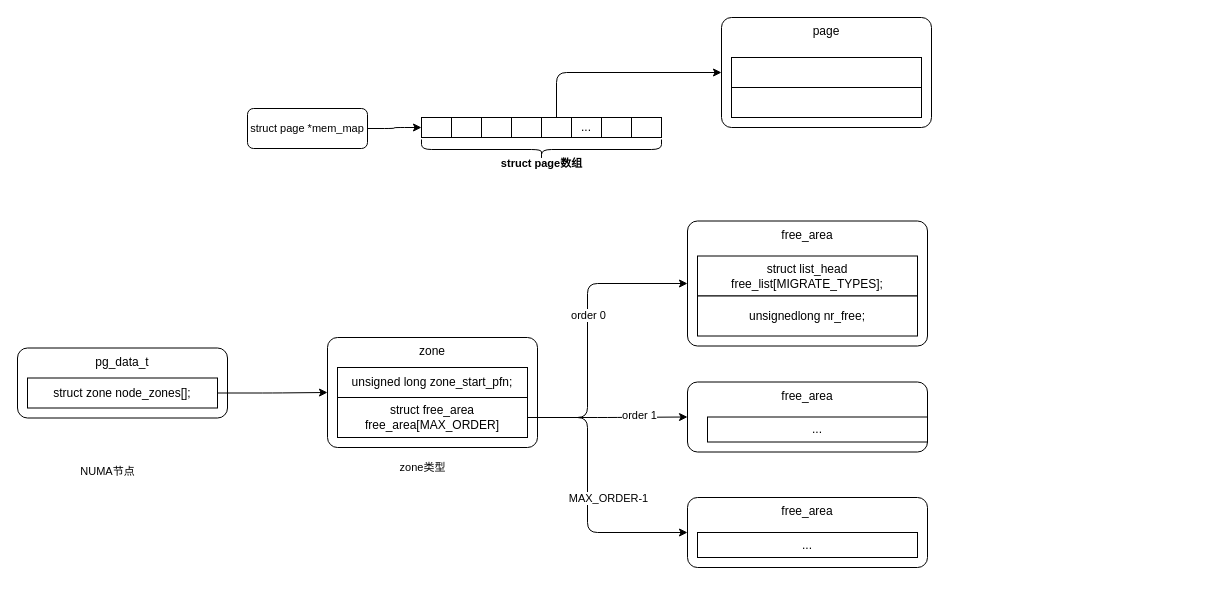
Before: page "物理内存管理" (1 of 3) of linux-memory-manage.drawio in Aspiresky/draw.io, a draw.io diagram. Source tidied: cells renumbered, new cells numbered last; positions are measured from the earlier drawing's top-left corner, leaving out a move shared by most shapes. Both pictures are drawn from the tidied source at 100%, with x=0, y=0 at pixel (17, 17).
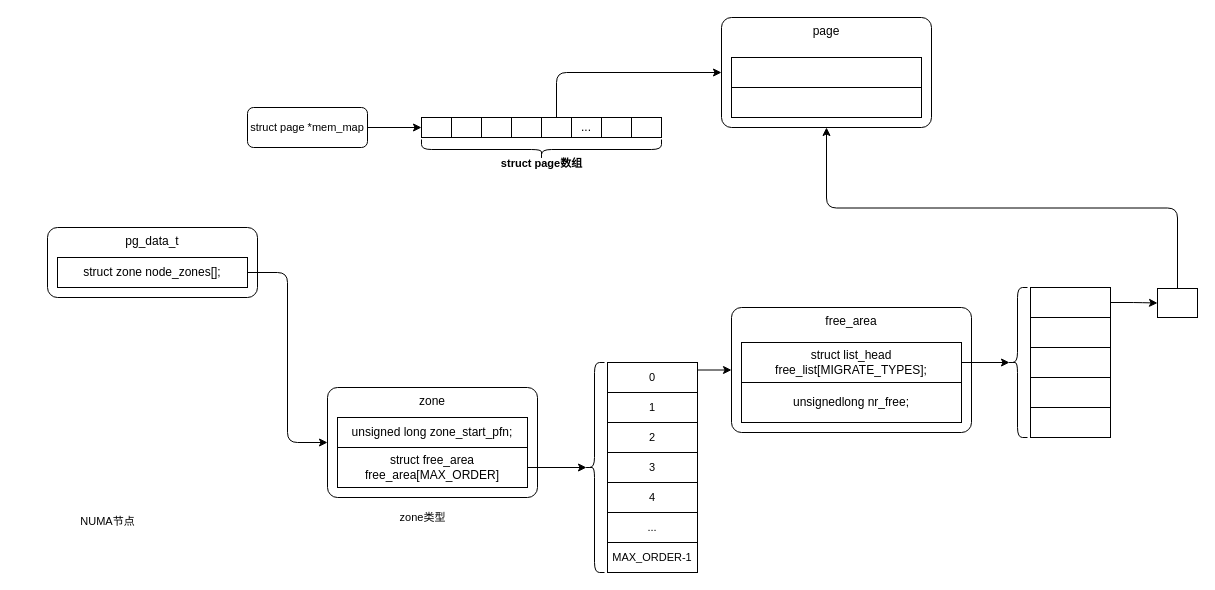
After the change.

The change refers to these unchanged cells:
```xml
<mxCell id="14" value="page" style="rounded=1;whiteSpace=wrap;html=1;verticalAlign=top;absoluteArcSize=1;" parent="1" vertex="1">
  <mxGeometry x="704" width="210" height="110" as="geometry" />
</mxCell>
```

Diff of the diagram source:
```diff
@@
     <mxCell id="2" value="pg_data_t" style="rounded=1;whiteSpace=wrap;html=1;verticalAlign=top;absoluteArcSize=1;" parent="1" vertex="1">
-      <mxGeometry y="330.5" width="210" height="70" as="geometry" />
+      <mxGeometry x="30" y="210" width="210" height="70" as="geometry" />
     </mxCell>
@@
     <mxCell id="4" value="struct zone node_zones[];" style="rounded=0;whiteSpace=wrap;html=1;" parent="1" vertex="1">
-      <mxGeometry x="10" y="360.5" width="190" height="30" as="geometry" />
+      <mxGeometry x="40" y="240" width="190" height="30" as="geometry" />
     </mxCell>
     <mxCell id="5" value="zone" style="rounded=1;whiteSpace=wrap;html=1;verticalAlign=top;absoluteArcSize=1;" parent="1" vertex="1">
-      <mxGeometry x="310" y="320" width="210" height="110" as="geometry" />
+      <mxGeometry x="310" y="370" width="210" height="110" as="geometry" />
     </mxCell>
     <mxCell id="6" value="unsigned long zone_start_pfn;" style="rounded=0;whiteSpace=wrap;html=1;" parent="1" vertex="1">
-      <mxGeometry x="320" y="350" width="190" height="30" as="geometry" />
+      <mxGeometry x="320" y="400" width="190" height="30" as="geometry" />
     </mxCell>
-    <mxCell id="7" style="edgeStyle=orthogonalEdgeStyle;rounded=1;jettySize=auto;html=1;exitX=1;exitY=0.5;exitDx=0;exitDy=0;entryX=0;entryY=0.5;entryDx=0;entryDy=0;curved=0;" parent="1" edge="1" source="13" target="17">
-      <mxGeometry relative="1" as="geometry">
-        <Array as="points">
-          <mxPoint x="570" y="400" />
-          <mxPoint x="570" y="266" />
-        </Array>
-      </mxGeometry>
-    </mxCell>
-    <mxCell id="8" value="order 0" style="edgeLabel;html=1;align=center;verticalAlign=middle;fontSize=11;fontFamily=Helvetica;fontColor=default;" parent="7" vertex="1">
-      <mxGeometry x="-0.2" y="1" relative="1" as="geometry">
-        <mxPoint x="1" y="-45" as="offset" />
-      </mxGeometry>
-    </mxCell>
-    <mxCell id="9" style="edgeStyle=orthogonalEdgeStyle;shape=connector;curved=0;rounded=1;jettySize=auto;html=1;exitX=1;exitY=0.5;exitDx=0;exitDy=0;entryX=0;entryY=0.5;entryDx=0;entryDy=0;labelBackgroundColor=default;strokeColor=default;align=center;verticalAlign=middle;fontFamily=Helvetica;fontSize=11;fontColor=default;endArrow=classic;" parent="1" edge="1" source="13" target="31">
-      <mxGeometry relative="1" as="geometry" />
-    </mxCell>
-    <mxCell id="10" value="order 1" style="edgeLabel;html=1;align=center;verticalAlign=middle;fontSize=11;fontFamily=Helvetica;fontColor=default;" parent="9" vertex="1">
-      <mxGeometry x="0.4" y="3" relative="1" as="geometry">
-        <mxPoint y="1" as="offset" />
-      </mxGeometry>
-    </mxCell>
-    <mxCell id="11" style="edgeStyle=orthogonalEdgeStyle;shape=connector;curved=0;rounded=1;jettySize=auto;html=1;exitX=1;exitY=0.5;exitDx=0;exitDy=0;entryX=0;entryY=0.5;entryDx=0;entryDy=0;labelBackgroundColor=default;strokeColor=default;align=center;verticalAlign=middle;fontFamily=Helvetica;fontSize=11;fontColor=default;endArrow=classic;" parent="1" edge="1" source="13" target="33">
-      <mxGeometry relative="1" as="geometry">
-        <Array as="points">
-          <mxPoint x="570" y="400" />
-          <mxPoint x="570" y="515" />
-        </Array>
-      </mxGeometry>
-    </mxCell>
-    <mxCell id="12" value="MAX_ORDER-1" style="edgeLabel;html=1;align=center;verticalAlign=middle;fontSize=11;fontFamily=Helvetica;fontColor=default;" parent="11" vertex="1">
-      <mxGeometry x="0.6" y="3" relative="1" as="geometry">
-        <mxPoint x="-25" y="-32" as="offset" />
-      </mxGeometry>
-    </mxCell>
     <mxCell id="13" value="struct free_area free_area[MAX_ORDER]" style="rounded=0;whiteSpace=wrap;html=1;" parent="1" vertex="1">
-      <mxGeometry x="320" y="380" width="190" height="40" as="geometry" />
+      <mxGeometry x="320" y="430" width="190" height="40" as="geometry" />
     </mxCell>
@@
     <mxCell id="17" value="free_area" style="rounded=1;whiteSpace=wrap;html=1;verticalAlign=top;absoluteArcSize=1;" parent="1" vertex="1">
-      <mxGeometry x="670" y="203.5" width="240" height="125" as="geometry" />
+      <mxGeometry x="714" y="290" width="240" height="125" as="geometry" />
     </mxCell>
     <mxCell id="18" value="struct list_head free_list[MIGRATE_TYPES];" style="rounded=0;whiteSpace=wrap;html=1;" parent="1" vertex="1">
-      <mxGeometry x="680" y="238.5" width="220" height="40" as="geometry" />
+      <mxGeometry x="724" y="325" width="220" height="40" as="geometry" />
     </mxCell>
     <mxCell id="19" value="unsignedlong nr_free;" style="rounded=0;whiteSpace=wrap;html=1;" parent="1" vertex="1">
-      <mxGeometry x="680" y="278.5" width="220" height="40" as="geometry" />
+      <mxGeometry x="724" y="365" width="220" height="40" as="geometry" />
     </mxCell>
@@
-    <mxCell id="31" value="free_area" style="rounded=1;whiteSpace=wrap;html=1;verticalAlign=top;absoluteArcSize=1;" parent="1" vertex="1">
-      <mxGeometry x="670" y="364.5" width="240" height="70" as="geometry" />
-    </mxCell>
-    <mxCell id="32" value="..." style="rounded=0;whiteSpace=wrap;html=1;" parent="1" vertex="1">
-      <mxGeometry x="690" y="399.5" width="220" height="25" as="geometry" />
-    </mxCell>
-    <mxCell id="33" value="free_area" style="rounded=1;whiteSpace=wrap;html=1;verticalAlign=top;absoluteArcSize=1;" parent="1" vertex="1">
-      <mxGeometry x="670" y="480" width="240" height="70" as="geometry" />
-    </mxCell>
-    <mxCell id="34" value="..." style="rounded=0;whiteSpace=wrap;html=1;" parent="1" vertex="1">
-      <mxGeometry x="680" y="515" width="220" height="25" as="geometry" />
-    </mxCell>
     <mxCell id="35" value="zone类型" style="text;html=1;align=center;verticalAlign=middle;strokeColor=none;fillColor=none;fontSize=11;fontFamily=Helvetica;fontColor=default;" parent="1" vertex="1">
-      <mxGeometry x="370" y="434.5" width="70" height="30" as="geometry" />
+      <mxGeometry x="370" y="484.5" width="70" height="30" as="geometry" />
     </mxCell>
     <mxCell id="36" value="NUMA节点" style="text;html=1;align=center;verticalAlign=middle;strokeColor=none;fillColor=none;fontSize=11;fontFamily=Helvetica;fontColor=default;" parent="1" vertex="1">
-      <mxGeometry x="50" y="438.5" width="80" height="30" as="geometry" />
+      <mxGeometry x="50" y="488.5" width="80" height="30" as="geometry" />
     </mxCell>
@@
     <mxCell id="38" value="struct page *mem_map" style="rounded=1;whiteSpace=wrap;html=1;fontFamily=Helvetica;fontSize=11;fontColor=default;" parent="1" vertex="1">
-      <mxGeometry x="230" y="91" width="120" height="40" as="geometry" />
+      <mxGeometry x="230" y="90" width="120" height="40" as="geometry" />
     </mxCell>
+    <mxCell id="39" style="edgeStyle=orthogonalEdgeStyle;shape=connector;rounded=1;jettySize=auto;html=1;exitX=1;exitY=0.25;exitDx=0;exitDy=0;entryX=0;entryY=0.5;entryDx=0;entryDy=0;labelBackgroundColor=default;strokeColor=default;align=center;verticalAlign=middle;fontFamily=Helvetica;fontSize=11;fontColor=default;endArrow=classic;" parent="1" edge="1" source="40" target="17">
+      <mxGeometry relative="1" as="geometry" />
+    </mxCell>
+    <mxCell id="40" value="0" style="rounded=0;whiteSpace=wrap;html=1;fontFamily=Helvetica;fontSize=11;fontColor=default;" parent="1" vertex="1">
+      <mxGeometry x="590" y="345" width="90" height="30" as="geometry" />
+    </mxCell>
+    <mxCell id="41" value="1" style="rounded=0;whiteSpace=wrap;html=1;fontFamily=Helvetica;fontSize=11;fontColor=default;" parent="1" vertex="1">
+      <mxGeometry x="590" y="375" width="90" height="30" as="geometry" />
+    </mxCell>
+    <mxCell id="42" value="2" style="rounded=0;whiteSpace=wrap;html=1;fontFamily=Helvetica;fontSize=11;fontColor=default;" parent="1" vertex="1">
+      <mxGeometry x="590" y="405" width="90" height="30" as="geometry" />
+    </mxCell>
+    <mxCell id="43" value="3" style="rounded=0;whiteSpace=wrap;html=1;fontFamily=Helvetica;fontSize=11;fontColor=default;" parent="1" vertex="1">
+      <mxGeometry x="590" y="435" width="90" height="30" as="geometry" />
+    </mxCell>
+    <mxCell id="44" value="4" style="rounded=0;whiteSpace=wrap;html=1;fontFamily=Helvetica;fontSize=11;fontColor=default;" parent="1" vertex="1">
+      <mxGeometry x="590" y="465" width="90" height="30" as="geometry" />
+    </mxCell>
+    <mxCell id="12" value="MAX_ORDER-1" style="rounded=0;whiteSpace=wrap;html=1;fontFamily=Helvetica;fontSize=11;fontColor=default;" parent="1" vertex="1">
+      <mxGeometry x="590" y="525" width="90" height="30" as="geometry" />
+    </mxCell>
+    <mxCell id="45" value="..." style="rounded=0;whiteSpace=wrap;html=1;fontFamily=Helvetica;fontSize=11;fontColor=default;" parent="1" vertex="1">
+      <mxGeometry x="590" y="495" width="90" height="30" as="geometry" />
+    </mxCell>
+    <mxCell id="46" style="shape=curlyBracket;whiteSpace=wrap;html=1;rounded=1;labelPosition=left;verticalLabelPosition=middle;align=right;verticalAlign=middle;fontFamily=Helvetica;fontSize=11;fontColor=default;" parent="1" vertex="1">
+      <mxGeometry x="567" y="345" width="20" height="210" as="geometry" />
+    </mxCell>
+    <mxCell id="47" style="edgeStyle=orthogonalEdgeStyle;shape=connector;rounded=1;jettySize=auto;html=1;exitX=1;exitY=0.5;exitDx=0;exitDy=0;entryX=0.1;entryY=0.5;entryDx=0;entryDy=0;entryPerimeter=0;labelBackgroundColor=default;strokeColor=default;align=center;verticalAlign=middle;fontFamily=Helvetica;fontSize=11;fontColor=default;endArrow=classic;" parent="1" edge="1" source="13" target="46">
+      <mxGeometry relative="1" as="geometry" />
+    </mxCell>
+    <mxCell id="48" style="edgeStyle=orthogonalEdgeStyle;shape=connector;rounded=1;jettySize=auto;html=1;entryX=0;entryY=0.5;entryDx=0;entryDy=0;labelBackgroundColor=default;strokeColor=default;align=center;verticalAlign=middle;fontFamily=Helvetica;fontSize=11;fontColor=default;endArrow=classic;" parent="1" edge="1" source="49" target="57">
+      <mxGeometry relative="1" as="geometry" />
+    </mxCell>
+    <mxCell id="49" style="rounded=0;whiteSpace=wrap;html=1;fontFamily=Helvetica;fontSize=11;fontColor=default;" parent="1" vertex="1">
+      <mxGeometry x="1013" y="270" width="80" height="30" as="geometry" />
+    </mxCell>
+    <mxCell id="50" style="rounded=0;whiteSpace=wrap;html=1;fontFamily=Helvetica;fontSize=11;fontColor=default;" parent="1" vertex="1">
+      <mxGeometry x="1013" y="300" width="80" height="30" as="geometry" />
+    </mxCell>
+    <mxCell id="51" style="rounded=0;whiteSpace=wrap;html=1;fontFamily=Helvetica;fontSize=11;fontColor=default;" parent="1" vertex="1">
+      <mxGeometry x="1013" y="330" width="80" height="30" as="geometry" />
+    </mxCell>
+    <mxCell id="52" style="rounded=0;whiteSpace=wrap;html=1;fontFamily=Helvetica;fontSize=11;fontColor=default;" parent="1" vertex="1">
+      <mxGeometry x="1013" y="360" width="80" height="30" as="geometry" />
+    </mxCell>
+    <mxCell id="53" style="rounded=0;whiteSpace=wrap;html=1;fontFamily=Helvetica;fontSize=11;fontColor=default;" parent="1" vertex="1">
+      <mxGeometry x="1013" y="390" width="80" height="30" as="geometry" />
+    </mxCell>
+    <mxCell id="54" style="shape=curlyBracket;whiteSpace=wrap;html=1;rounded=1;labelPosition=left;verticalLabelPosition=middle;align=right;verticalAlign=middle;fontFamily=Helvetica;fontSize=11;fontColor=default;" parent="1" vertex="1">
+      <mxGeometry x="990" y="270" width="20" height="150" as="geometry" />
+    </mxCell>
+    <mxCell id="55" style="edgeStyle=orthogonalEdgeStyle;shape=connector;rounded=1;jettySize=auto;html=1;exitX=1;exitY=0.5;exitDx=0;exitDy=0;entryX=0.1;entryY=0.5;entryDx=0;entryDy=0;entryPerimeter=0;labelBackgroundColor=default;strokeColor=default;align=center;verticalAlign=middle;fontFamily=Helvetica;fontSize=11;fontColor=default;endArrow=classic;" parent="1" edge="1" source="18" target="54">
+      <mxGeometry relative="1" as="geometry" />
+    </mxCell>
+    <mxCell id="56" style="edgeStyle=orthogonalEdgeStyle;shape=connector;rounded=1;jettySize=auto;html=1;exitX=0.5;exitY=0;exitDx=0;exitDy=0;entryX=0.5;entryY=1;entryDx=0;entryDy=0;labelBackgroundColor=default;strokeColor=default;align=center;verticalAlign=middle;fontFamily=Helvetica;fontSize=11;fontColor=default;endArrow=classic;" parent="1" edge="1" source="57" target="14">
+      <mxGeometry relative="1" as="geometry" />
+    </mxCell>
+    <mxCell id="57" style="rounded=0;whiteSpace=wrap;html=1;fontFamily=Helvetica;fontSize=11;fontColor=default;" parent="1" vertex="1">
+      <mxGeometry x="1140" y="271" width="40" height="29" as="geometry" />
+    </mxCell>
```
